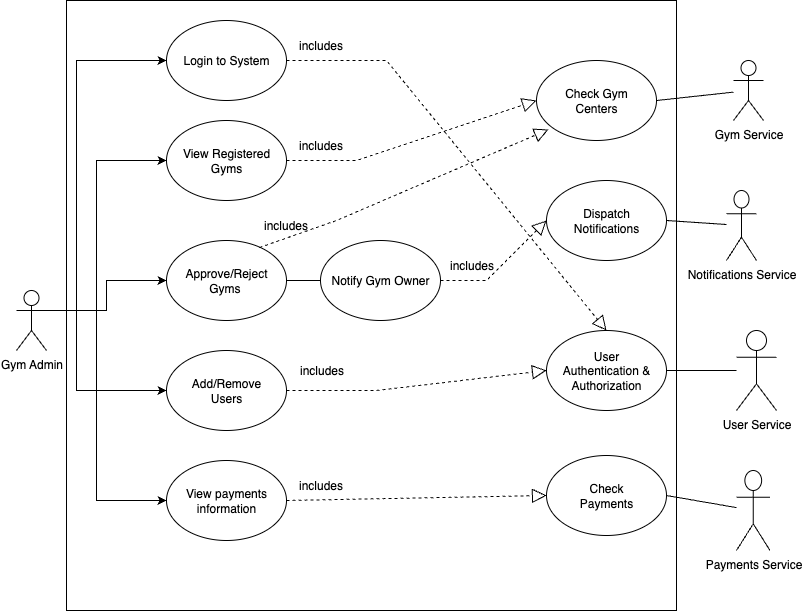
The draw.io diagram UML-Artifacts/Flipfit-Usecase-Diagrams/gym-admin-UC.drawio.png in ihita2812/JEDI-Flipkart-Development-Group-B, before a commit. Source tidied: cells renumbered, new cells last; positions are measured from the earlier drawing's top-left corner, leaving out a move shared by most shapes. The source it was exported from:
```xml
<mxGraphModel>
  <root>
    <mxCell id="0" />
    <mxCell id="1" parent="0" />
    <mxCell id="2" style="rounded=0;whiteSpace=wrap;html=1;" parent="1" vertex="1">
      <mxGeometry x="50" width="610" height="610" as="geometry" />
    </mxCell>
    <mxCell id="3" value="Gym Admin" style="shape=umlActor;verticalLabelPosition=bottom;verticalAlign=top;html=1;outlineConnect=0;" parent="1" vertex="1">
      <mxGeometry y="290" width="30" height="60" as="geometry" />
    </mxCell>
    <mxCell id="4" value="Approve/Reject&lt;div&gt;Gyms&amp;nbsp;&lt;/div&gt;" style="ellipse;whiteSpace=wrap;html=1;" parent="1" vertex="1">
      <mxGeometry x="150" y="240" width="120" height="80" as="geometry" />
    </mxCell>
    <mxCell id="5" value="Add/Remove&lt;br&gt;Users" style="ellipse;whiteSpace=wrap;html=1;" parent="1" vertex="1">
      <mxGeometry x="150" y="350" width="120" height="80" as="geometry" />
    </mxCell>
    <mxCell id="6" value="View payments information" style="ellipse;whiteSpace=wrap;html=1;" parent="1" vertex="1">
      <mxGeometry x="150" y="460" width="120" height="80" as="geometry" />
    </mxCell>
    <mxCell id="7" value="Login to System" style="ellipse;whiteSpace=wrap;html=1;" parent="1" vertex="1">
      <mxGeometry x="150" y="20" width="120" height="80" as="geometry" />
    </mxCell>
    <mxCell id="8" style="endArrow=classic;html=1;rounded=0;exitX=1;exitY=0.3333333333333333;exitDx=0;exitDy=0;exitPerimeter=0;entryX=0;entryY=0.5;entryDx=0;entryDy=0;" parent="1" edge="1" source="3" target="7">
      <mxGeometry relative="1" as="geometry">
        <Array as="points">
          <mxPoint x="60" y="310" />
          <mxPoint x="60" y="60" />
        </Array>
      </mxGeometry>
    </mxCell>
    <mxCell id="9" style="endArrow=classic;html=1;rounded=0;entryX=0;entryY=0.5;entryDx=0;entryDy=0;exitX=1;exitY=0.3333333333333333;exitDx=0;exitDy=0;exitPerimeter=0;" parent="1" edge="1" source="3">
      <mxGeometry relative="1" as="geometry">
        <mxPoint x="150" y="160" as="targetPoint" />
        <Array as="points">
          <mxPoint x="80" y="310" />
          <mxPoint x="80" y="160" />
        </Array>
      </mxGeometry>
    </mxCell>
    <mxCell id="10" style="endArrow=classic;html=1;rounded=0;entryX=0;entryY=0.5;entryDx=0;entryDy=0;exitX=1;exitY=0.3333333333333333;exitDx=0;exitDy=0;exitPerimeter=0;" parent="1" edge="1" source="3" target="4">
      <mxGeometry relative="1" as="geometry">
        <Array as="points">
          <mxPoint x="90" y="310" />
          <mxPoint x="90" y="280" />
        </Array>
      </mxGeometry>
    </mxCell>
    <mxCell id="11" style="endArrow=classic;html=1;rounded=0;entryX=0;entryY=0.5;entryDx=0;entryDy=0;" parent="1" edge="1" target="5">
      <mxGeometry relative="1" as="geometry">
        <mxPoint x="40" y="310" as="sourcePoint" />
        <Array as="points">
          <mxPoint x="60" y="310" />
          <mxPoint x="60" y="390" />
        </Array>
      </mxGeometry>
    </mxCell>
    <mxCell id="12" style="endArrow=classic;html=1;rounded=0;entryX=0;entryY=0.5;entryDx=0;entryDy=0;" parent="1" edge="1" target="6">
      <mxGeometry relative="1" as="geometry">
        <mxPoint x="30" y="310" as="sourcePoint" />
        <Array as="points">
          <mxPoint x="80" y="310" />
          <mxPoint x="80" y="500" />
        </Array>
      </mxGeometry>
    </mxCell>
    <mxCell id="13" style="endArrow=classic;html=1;rounded=0;exitX=1;exitY=0.5;exitDx=0;exitDy=0;entryX=0;entryY=0.5;entryDx=0;entryDy=0;" parent="1" edge="1" source="4">
      <mxGeometry relative="1" as="geometry">
        <mxPoint x="320" y="280" as="targetPoint" />
      </mxGeometry>
    </mxCell>
    <mxCell id="14" value="Gym Service" style="shape=umlActor;verticalLabelPosition=bottom;verticalAlign=top;html=1;outlineConnect=0;" parent="1" vertex="1">
      <mxGeometry x="717" y="60" width="30" height="60" as="geometry" />
    </mxCell>
    <mxCell id="15" value="User Service" style="shape=umlActor;verticalLabelPosition=bottom;verticalAlign=top;html=1;outlineConnect=0;" parent="1" vertex="1">
      <mxGeometry x="720" y="330" width="40" height="80" as="geometry" />
    </mxCell>
    <mxCell id="16" value="View Registered Gyms" style="ellipse;whiteSpace=wrap;html=1;" parent="1" vertex="1">
      <mxGeometry x="150" y="120" width="120" height="80" as="geometry" />
    </mxCell>
    <mxCell id="17" value="Notify Gym Owner" style="ellipse;whiteSpace=wrap;html=1;" parent="1" vertex="1">
      <mxGeometry x="304" y="240" width="120" height="80" as="geometry" />
    </mxCell>
    <mxCell id="18" value="User&lt;div&gt;Authentication &amp;amp; Authorization&lt;/div&gt;" style="ellipse;whiteSpace=wrap;html=1;" parent="1" vertex="1">
      <mxGeometry x="530" y="330" width="120" height="80" as="geometry" />
    </mxCell>
    <mxCell id="19" style="endArrow=block;dashed=1;endFill=0;endSize=12;html=1;rounded=0;entryX=0.5;entryY=0;entryDx=0;entryDy=0;" parent="1" edge="1" target="18">
      <mxGeometry relative="1" as="geometry">
        <mxPoint x="270" y="60" as="sourcePoint" />
        <Array as="points">
          <mxPoint x="370" y="60" />
        </Array>
      </mxGeometry>
    </mxCell>
    <mxCell id="20" value="Payments Service" style="shape=umlActor;verticalLabelPosition=bottom;verticalAlign=top;html=1;outlineConnect=0;" parent="1" vertex="1">
      <mxGeometry x="720" y="470" width="33.5" height="80" as="geometry" />
    </mxCell>
    <mxCell id="21" value="includes" style="text;html=1;align=center;verticalAlign=middle;strokeColor=none;fillColor=none;" parent="1" vertex="1">
      <mxGeometry x="269" y="30" width="70" height="30" as="geometry" />
    </mxCell>
    <mxCell id="22" value="Notifications Service" style="shape=umlActor;verticalLabelPosition=bottom;verticalAlign=top;html=1;" parent="1" vertex="1">
      <mxGeometry x="710" y="190" width="30" height="70" as="geometry" />
    </mxCell>
    <mxCell id="23" value="Check Gym&lt;br&gt;Centers" style="ellipse;whiteSpace=wrap;html=1;" parent="1" vertex="1">
      <mxGeometry x="520" y="60" width="120" height="80" as="geometry" />
    </mxCell>
    <mxCell id="24" style="endArrow=block;dashed=1;endFill=0;endSize=12;html=1;rounded=0;entryX=0;entryY=0.5;entryDx=0;entryDy=0;exitX=1;exitY=0.5;exitDx=0;exitDy=0;" parent="1" edge="1" source="16" target="23">
      <mxGeometry relative="1" as="geometry">
        <Array as="points">
          <mxPoint x="340" y="160" />
        </Array>
      </mxGeometry>
    </mxCell>
    <mxCell id="25" value="includes" style="text;html=1;align=center;verticalAlign=middle;strokeColor=none;fillColor=none;" parent="1" vertex="1">
      <mxGeometry x="269" y="130" width="70" height="30" as="geometry" />
    </mxCell>
    <mxCell id="26" style="endArrow=block;dashed=1;endFill=0;endSize=12;html=1;rounded=0;entryX=0.1;entryY=0.863;entryDx=0;entryDy=0;exitX=0.775;exitY=0.088;exitDx=0;exitDy=0;exitPerimeter=0;entryPerimeter=0;" parent="1" edge="1" source="4" target="23">
      <mxGeometry relative="1" as="geometry">
        <Array as="points">
          <mxPoint x="320" y="220" />
        </Array>
      </mxGeometry>
    </mxCell>
    <mxCell id="27" value="includes" style="text;html=1;align=center;verticalAlign=middle;strokeColor=none;fillColor=none;" parent="1" vertex="1">
      <mxGeometry x="234" y="210" width="70" height="30" as="geometry" />
    </mxCell>
    <mxCell id="28" style="endArrow=block;dashed=1;endFill=0;endSize=12;html=1;rounded=0;entryX=0;entryY=0.5;entryDx=0;entryDy=0;exitX=1;exitY=0.5;exitDx=0;exitDy=0;" parent="1" edge="1" source="5" target="18">
      <mxGeometry relative="1" as="geometry">
        <Array as="points">
          <mxPoint x="360" y="390" />
        </Array>
      </mxGeometry>
    </mxCell>
    <mxCell id="29" value="includes" style="text;html=1;align=center;verticalAlign=middle;strokeColor=none;fillColor=none;" parent="1" vertex="1">
      <mxGeometry x="270" y="355" width="70" height="30" as="geometry" />
    </mxCell>
    <mxCell id="30" value="Dispatch&lt;div&gt;Notifications&lt;/div&gt;" style="ellipse;whiteSpace=wrap;html=1;" parent="1" vertex="1">
      <mxGeometry x="530" y="180" width="120" height="80" as="geometry" />
    </mxCell>
    <mxCell id="31" style="endArrow=block;dashed=1;endFill=0;endSize=12;html=1;rounded=0;entryX=0;entryY=0.5;entryDx=0;entryDy=0;exitX=1;exitY=0.5;exitDx=0;exitDy=0;" parent="1" edge="1" source="17" target="30">
      <mxGeometry relative="1" as="geometry">
        <Array as="points">
          <mxPoint x="470" y="280" />
        </Array>
      </mxGeometry>
    </mxCell>
    <mxCell id="32" value="includes" style="text;html=1;align=center;verticalAlign=middle;strokeColor=none;fillColor=none;" parent="1" vertex="1">
      <mxGeometry x="420" y="250" width="70" height="30" as="geometry" />
    </mxCell>
    <mxCell id="33" value="Check&lt;div&gt;Payments&lt;/div&gt;" style="ellipse;whiteSpace=wrap;html=1;" parent="1" vertex="1">
      <mxGeometry x="530" y="455" width="120" height="80" as="geometry" />
    </mxCell>
    <mxCell id="34" style="endArrow=block;dashed=1;endFill=0;endSize=12;html=1;rounded=0;entryX=0;entryY=0.5;entryDx=0;entryDy=0;exitX=1;exitY=0.5;exitDx=0;exitDy=0;" parent="1" edge="1" source="6" target="33">
      <mxGeometry relative="1" as="geometry" />
    </mxCell>
    <mxCell id="35" value="includes" style="text;html=1;align=center;verticalAlign=middle;strokeColor=none;fillColor=none;" parent="1" vertex="1">
      <mxGeometry x="269" y="470" width="70" height="30" as="geometry" />
    </mxCell>
    <mxCell id="36" style="endArrow=none;html=1;rounded=0;exitX=1;exitY=0.5;exitDx=0;exitDy=0;" parent="1" edge="1" source="23" target="14">
      <mxGeometry relative="1" as="geometry" />
    </mxCell>
    <mxCell id="37" style="endArrow=none;html=1;rounded=0;exitX=1;exitY=0.5;exitDx=0;exitDy=0;" parent="1" edge="1" source="18" target="15">
      <mxGeometry relative="1" as="geometry" />
    </mxCell>
    <mxCell id="38" style="endArrow=none;html=1;rounded=0;exitX=1;exitY=0.5;exitDx=0;exitDy=0;" parent="1" edge="1" source="33" target="20">
      <mxGeometry relative="1" as="geometry" />
    </mxCell>
    <mxCell id="39" style="endArrow=none;html=1;rounded=0;exitX=1;exitY=0.5;exitDx=0;exitDy=0;" parent="1" edge="1" source="30" target="22">
      <mxGeometry relative="1" as="geometry" />
    </mxCell>
  </root>
</mxGraphModel>
```
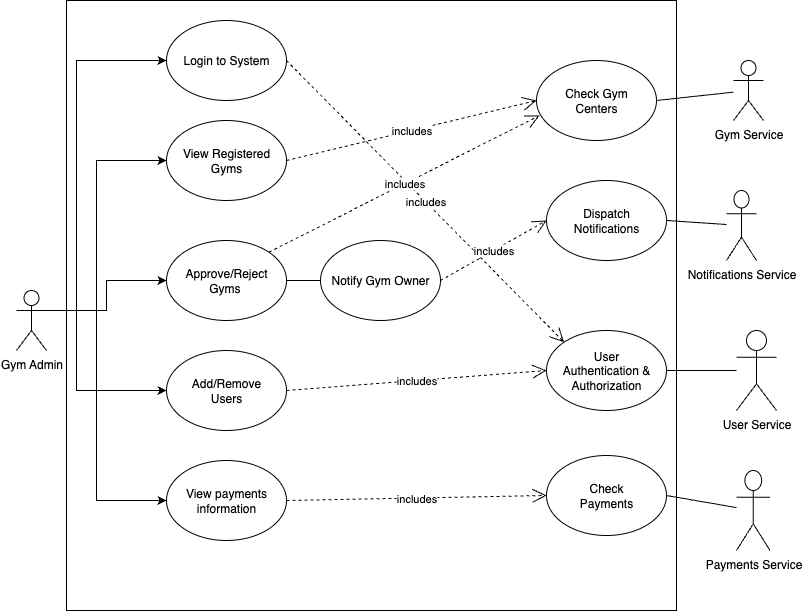
After the commit.

Diff of the diagram source:
```diff
@@ -83,78 +83,21 @@
     <mxCell id="18" value="User&lt;div&gt;Authentication &amp;amp; Authorization&lt;/div&gt;" style="ellipse;whiteSpace=wrap;html=1;" parent="1" vertex="1">
       <mxGeometry x="530" y="330" width="120" height="80" as="geometry" />
     </mxCell>
-    <mxCell id="19" style="endArrow=block;dashed=1;endFill=0;endSize=12;html=1;rounded=0;entryX=0.5;entryY=0;entryDx=0;entryDy=0;" parent="1" edge="1" target="18">
-      <mxGeometry relative="1" as="geometry">
-        <mxPoint x="270" y="60" as="sourcePoint" />
-        <Array as="points">
-          <mxPoint x="370" y="60" />
-        </Array>
-      </mxGeometry>
-    </mxCell>
     <mxCell id="20" value="Payments Service" style="shape=umlActor;verticalLabelPosition=bottom;verticalAlign=top;html=1;outlineConnect=0;" parent="1" vertex="1">
       <mxGeometry x="720" y="470" width="33.5" height="80" as="geometry" />
     </mxCell>
-    <mxCell id="21" value="includes" style="text;html=1;align=center;verticalAlign=middle;strokeColor=none;fillColor=none;" parent="1" vertex="1">
-      <mxGeometry x="269" y="30" width="70" height="30" as="geometry" />
-    </mxCell>
     <mxCell id="22" value="Notifications Service" style="shape=umlActor;verticalLabelPosition=bottom;verticalAlign=top;html=1;" parent="1" vertex="1">
       <mxGeometry x="710" y="190" width="30" height="70" as="geometry" />
     </mxCell>
     <mxCell id="23" value="Check Gym&lt;br&gt;Centers" style="ellipse;whiteSpace=wrap;html=1;" parent="1" vertex="1">
       <mxGeometry x="520" y="60" width="120" height="80" as="geometry" />
     </mxCell>
-    <mxCell id="24" style="endArrow=block;dashed=1;endFill=0;endSize=12;html=1;rounded=0;entryX=0;entryY=0.5;entryDx=0;entryDy=0;exitX=1;exitY=0.5;exitDx=0;exitDy=0;" parent="1" edge="1" source="16" target="23">
-      <mxGeometry relative="1" as="geometry">
-        <Array as="points">
-          <mxPoint x="340" y="160" />
-        </Array>
-      </mxGeometry>
-    </mxCell>
-    <mxCell id="25" value="includes" style="text;html=1;align=center;verticalAlign=middle;strokeColor=none;fillColor=none;" parent="1" vertex="1">
-      <mxGeometry x="269" y="130" width="70" height="30" as="geometry" />
-    </mxCell>
-    <mxCell id="26" style="endArrow=block;dashed=1;endFill=0;endSize=12;html=1;rounded=0;entryX=0.1;entryY=0.863;entryDx=0;entryDy=0;exitX=0.775;exitY=0.088;exitDx=0;exitDy=0;exitPerimeter=0;entryPerimeter=0;" parent="1" edge="1" source="4" target="23">
-      <mxGeometry relative="1" as="geometry">
-        <Array as="points">
-          <mxPoint x="320" y="220" />
-        </Array>
-      </mxGeometry>
-    </mxCell>
-    <mxCell id="27" value="includes" style="text;html=1;align=center;verticalAlign=middle;strokeColor=none;fillColor=none;" parent="1" vertex="1">
-      <mxGeometry x="234" y="210" width="70" height="30" as="geometry" />
-    </mxCell>
-    <mxCell id="28" style="endArrow=block;dashed=1;endFill=0;endSize=12;html=1;rounded=0;entryX=0;entryY=0.5;entryDx=0;entryDy=0;exitX=1;exitY=0.5;exitDx=0;exitDy=0;" parent="1" edge="1" source="5" target="18">
-      <mxGeometry relative="1" as="geometry">
-        <Array as="points">
-          <mxPoint x="360" y="390" />
-        </Array>
-      </mxGeometry>
-    </mxCell>
-    <mxCell id="29" value="includes" style="text;html=1;align=center;verticalAlign=middle;strokeColor=none;fillColor=none;" parent="1" vertex="1">
-      <mxGeometry x="270" y="355" width="70" height="30" as="geometry" />
-    </mxCell>
     <mxCell id="30" value="Dispatch&lt;div&gt;Notifications&lt;/div&gt;" style="ellipse;whiteSpace=wrap;html=1;" parent="1" vertex="1">
       <mxGeometry x="530" y="180" width="120" height="80" as="geometry" />
     </mxCell>
-    <mxCell id="31" style="endArrow=block;dashed=1;endFill=0;endSize=12;html=1;rounded=0;entryX=0;entryY=0.5;entryDx=0;entryDy=0;exitX=1;exitY=0.5;exitDx=0;exitDy=0;" parent="1" edge="1" source="17" target="30">
-      <mxGeometry relative="1" as="geometry">
-        <Array as="points">
-          <mxPoint x="470" y="280" />
-        </Array>
-      </mxGeometry>
-    </mxCell>
-    <mxCell id="32" value="includes" style="text;html=1;align=center;verticalAlign=middle;strokeColor=none;fillColor=none;" parent="1" vertex="1">
-      <mxGeometry x="420" y="250" width="70" height="30" as="geometry" />
-    </mxCell>
     <mxCell id="33" value="Check&lt;div&gt;Payments&lt;/div&gt;" style="ellipse;whiteSpace=wrap;html=1;" parent="1" vertex="1">
       <mxGeometry x="530" y="455" width="120" height="80" as="geometry" />
     </mxCell>
-    <mxCell id="34" style="endArrow=block;dashed=1;endFill=0;endSize=12;html=1;rounded=0;entryX=0;entryY=0.5;entryDx=0;entryDy=0;exitX=1;exitY=0.5;exitDx=0;exitDy=0;" parent="1" edge="1" source="6" target="33">
-      <mxGeometry relative="1" as="geometry" />
-    </mxCell>
-    <mxCell id="35" value="includes" style="text;html=1;align=center;verticalAlign=middle;strokeColor=none;fillColor=none;" parent="1" vertex="1">
-      <mxGeometry x="269" y="470" width="70" height="30" as="geometry" />
-    </mxCell>
     <mxCell id="36" style="endArrow=none;html=1;rounded=0;exitX=1;exitY=0.5;exitDx=0;exitDy=0;" parent="1" edge="1" source="23" target="14">
       <mxGeometry relative="1" as="geometry" />
     </mxCell>
@@ -167,5 +110,23 @@
     <mxCell id="39" style="endArrow=none;html=1;rounded=0;exitX=1;exitY=0.5;exitDx=0;exitDy=0;" parent="1" edge="1" source="30" target="22">
       <mxGeometry relative="1" as="geometry" />
     </mxCell>
+    <mxCell id="40" value="includes" style="endArrow=open;endSize=12;dashed=1;html=1;rounded=0;exitX=1;exitY=0.5;exitDx=0;exitDy=0;entryX=0;entryY=0;entryDx=0;entryDy=0;" parent="1" edge="1" source="7" target="18">
+      <mxGeometry relative="1" as="geometry" />
+    </mxCell>
+    <mxCell id="24" value="includes" style="endArrow=open;endSize=12;dashed=1;html=1;rounded=0;exitX=1;exitY=0.5;exitDx=0;exitDy=0;entryX=0;entryY=0.5;entryDx=0;entryDy=0;" parent="1" edge="1" source="16" target="23">
+      <mxGeometry relative="1" as="geometry" />
+    </mxCell>
+    <mxCell id="26" value="includes" style="endArrow=open;endSize=12;dashed=1;html=1;rounded=0;exitX=1;exitY=0;exitDx=0;exitDy=0;entryX=0.025;entryY=0.688;entryDx=0;entryDy=0;entryPerimeter=0;" parent="1" edge="1" source="4" target="23">
+      <mxGeometry relative="1" as="geometry" />
+    </mxCell>
+    <mxCell id="31" value="includes" style="endArrow=open;endSize=12;dashed=1;html=1;rounded=0;exitX=1;exitY=0.5;exitDx=0;exitDy=0;entryX=0;entryY=0.5;entryDx=0;entryDy=0;" parent="1" edge="1" source="17" target="30">
+      <mxGeometry relative="1" as="geometry" />
+    </mxCell>
+    <mxCell id="28" value="includes" style="endArrow=open;endSize=12;dashed=1;html=1;rounded=0;exitX=1;exitY=0.5;exitDx=0;exitDy=0;entryX=0;entryY=0.5;entryDx=0;entryDy=0;" parent="1" edge="1" source="5" target="18">
+      <mxGeometry relative="1" as="geometry" />
+    </mxCell>
+    <mxCell id="34" value="includes" style="endArrow=open;endSize=12;dashed=1;html=1;rounded=0;exitX=1;exitY=0.5;exitDx=0;exitDy=0;entryX=0;entryY=0.5;entryDx=0;entryDy=0;" parent="1" edge="1" source="6" target="33">
+      <mxGeometry relative="1" as="geometry" />
+    </mxCell>
   </root>
 </mxGraphModel>
```
